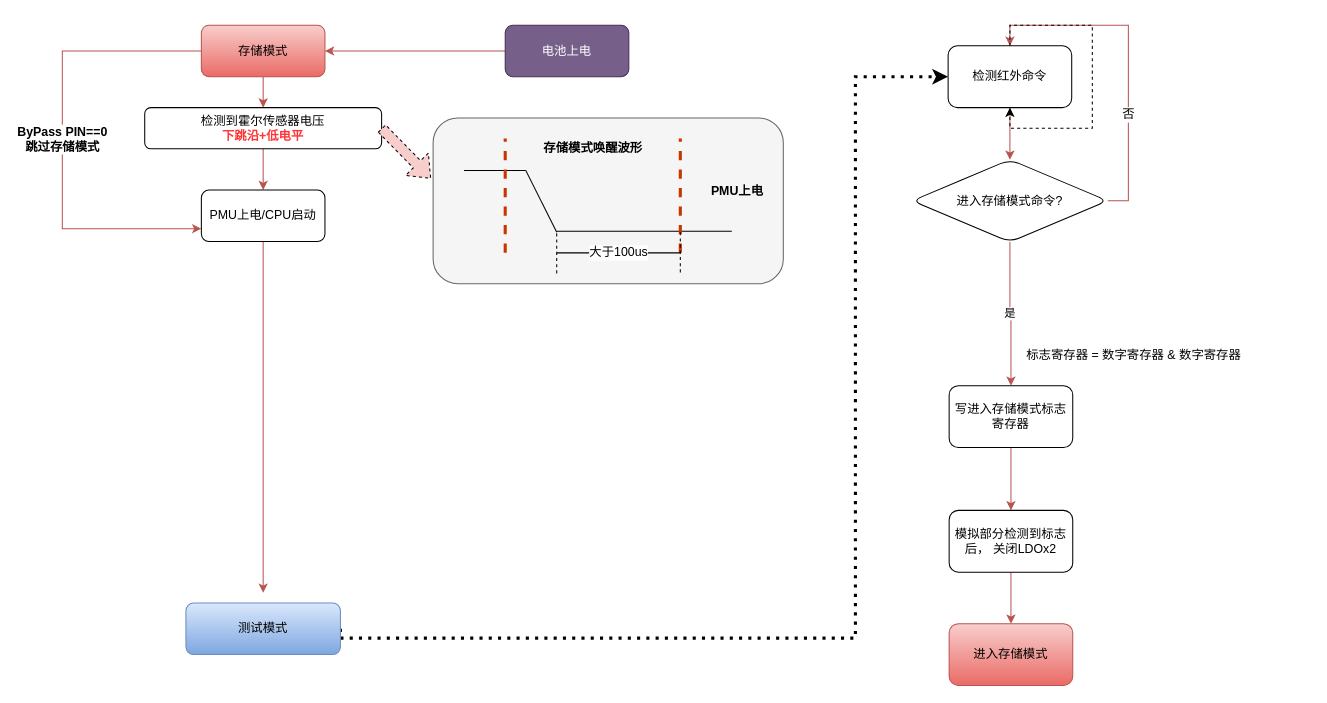
Earlier version of the draw.io diagram page "存储模式" (2 of 3) of Chip Functional Mode.drawio (fenixchen/work). Source tidied: cells renumbered, new cells numbered last; positions are measured from the earlier drawing's top-left corner, leaving out a move shared by most shapes. Both pictures are drawn from the tidied source at 103%, with x=0, y=0 at pixel (62, 25).
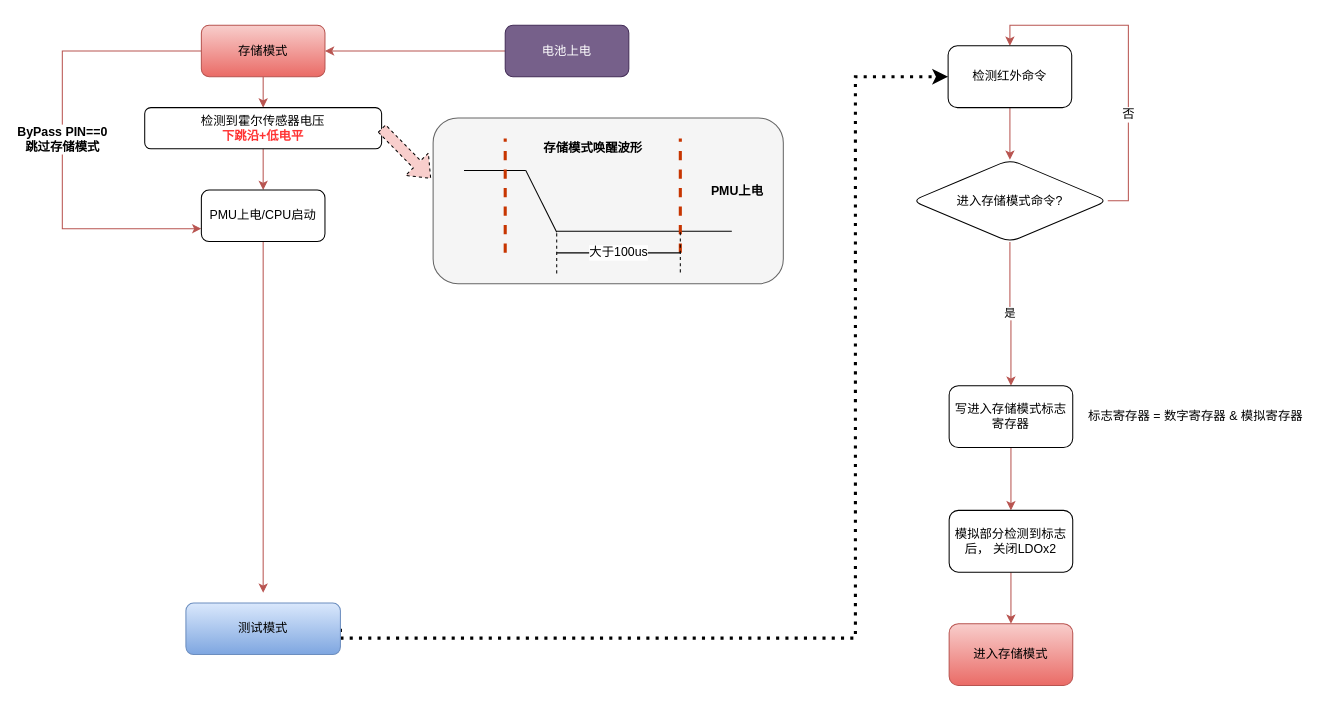
Above is the later version.

The change refers to these unchanged cells:
```xml
<mxCell id="23" value="检测红外命令" style="whiteSpace=wrap;html=1;rounded=1;" parent="1" vertex="1">
  <mxGeometry x="860" y="20" width="120" height="60" as="geometry" />
</mxCell>
```

What changed in the source:
```diff
@@
-    <mxCell id="35" style="edgeStyle=orthogonalEdgeStyle;rounded=0;orthogonalLoop=1;jettySize=auto;html=1;exitX=0.5;exitY=0;exitDx=0;exitDy=0;dashed=1;fontSize=12;fontColor=#000000;strokeColor=#000000;strokeWidth=1;fillColor=#f8cecc;" parent="1" edge="1" source="23" target="23">
-      <mxGeometry relative="1" as="geometry" />
-    </mxCell>
-    <mxCell id="36" value="标志寄存器 = 数字寄存器 &amp;amp; 数字寄存器" style="text;html=1;align=center;verticalAlign=middle;fillColor=none;strokeColor=none;rounded=0;" parent="1" vertex="1">
-      <mxGeometry x="930" y="311" width="220" height="20" as="geometry" />
+    <mxCell id="36" value="标志寄存器 = 数字寄存器 &amp;amp; 模拟寄存器" style="text;html=1;align=center;verticalAlign=middle;fillColor=none;strokeColor=none;rounded=0;" parent="1" vertex="1">
+      <mxGeometry x="990" y="370" width="220" height="20" as="geometry" />
     </mxCell>
```
